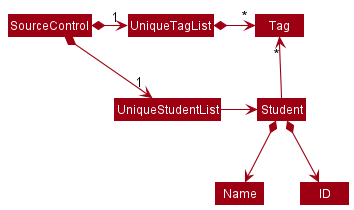
nus-cs2103-AY2122S1/tp keeps this PlantUML diagram as docs/images/BetterModelClassDiagram.png. Above is the earlier version. Source of this version:
```plantuml
@startuml
!include style.puml
skinparam arrowThickness 1.1
skinparam arrowColor MODEL_COLOR
skinparam classBackgroundColor MODEL_COLOR

SourceControl *-right-> "1" UniqueStudentList
SourceControl *-right-> "1" UniqueTagList
UniqueTagList -[hidden]down- UniqueStudentList
UniqueTagList -[hidden]down- UniqueStudentList

UniqueTagList *-right-> "*" Tag
UniqueStudentList -right-> Student

Student -up-> "*" Tag

Student *--> Name
Student *--> ID
@enduml
```
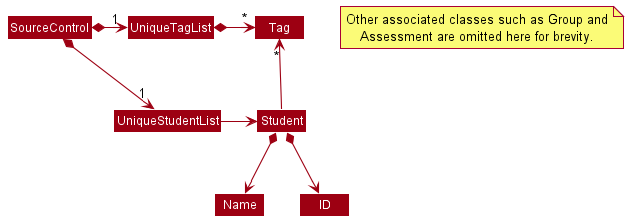
After the commit.

Commit message:
Add note for BetterModelClassDiagram

What changed in the source:
```diff
@@ -13,7 +13,12 @@
 UniqueStudentList -right-> Student
 
 Student -up-> "*" Tag
-
 Student *--> Name
 Student *--> ID
+
+note as N1
+    Other associated classes such as Group and
+    Assessment are omitted here for brevity.
+end note
+
 @enduml
```
